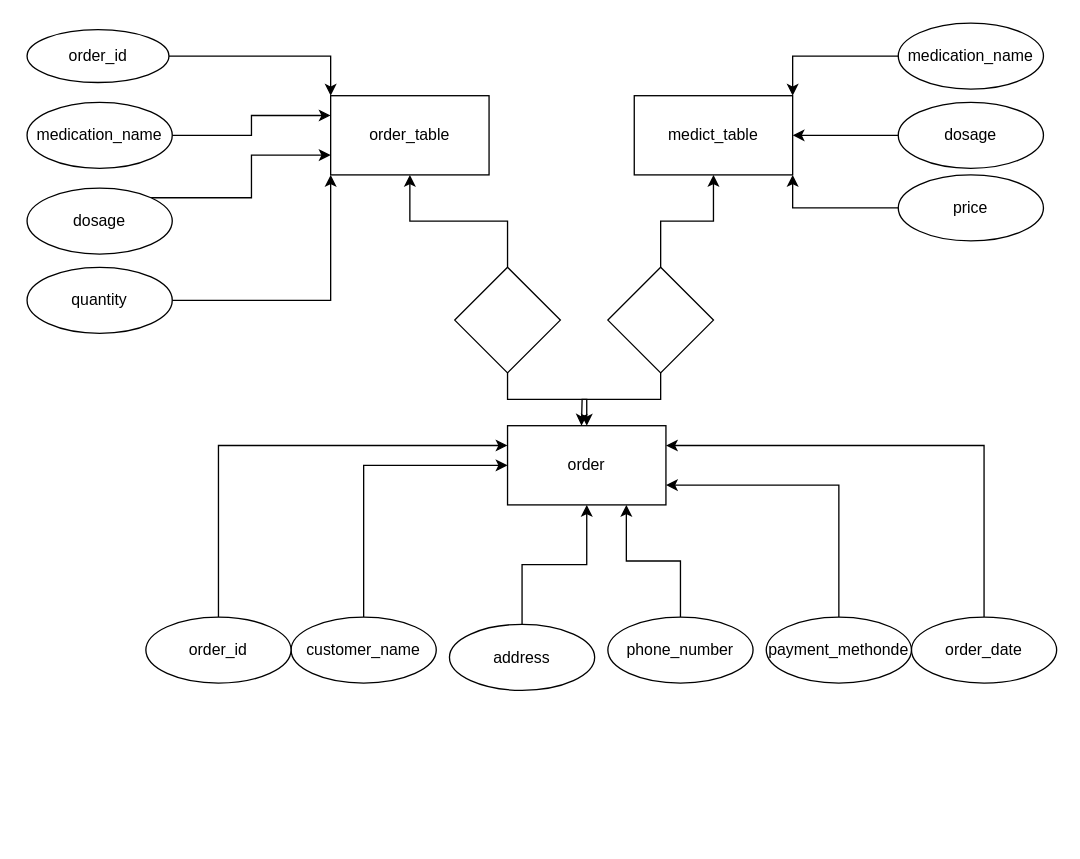
The draw.io diagram Untitled Diagram.drawio in Bangkithari18/approval, before the edit. Source tidied: cells renumbered, new cells numbered last; positions are measured from the earlier drawing's top-left corner, leaving out a move shared by most shapes. Both pictures are drawn from the tidied source at 132%, with x=0, y=0 at pixel (26, 22).
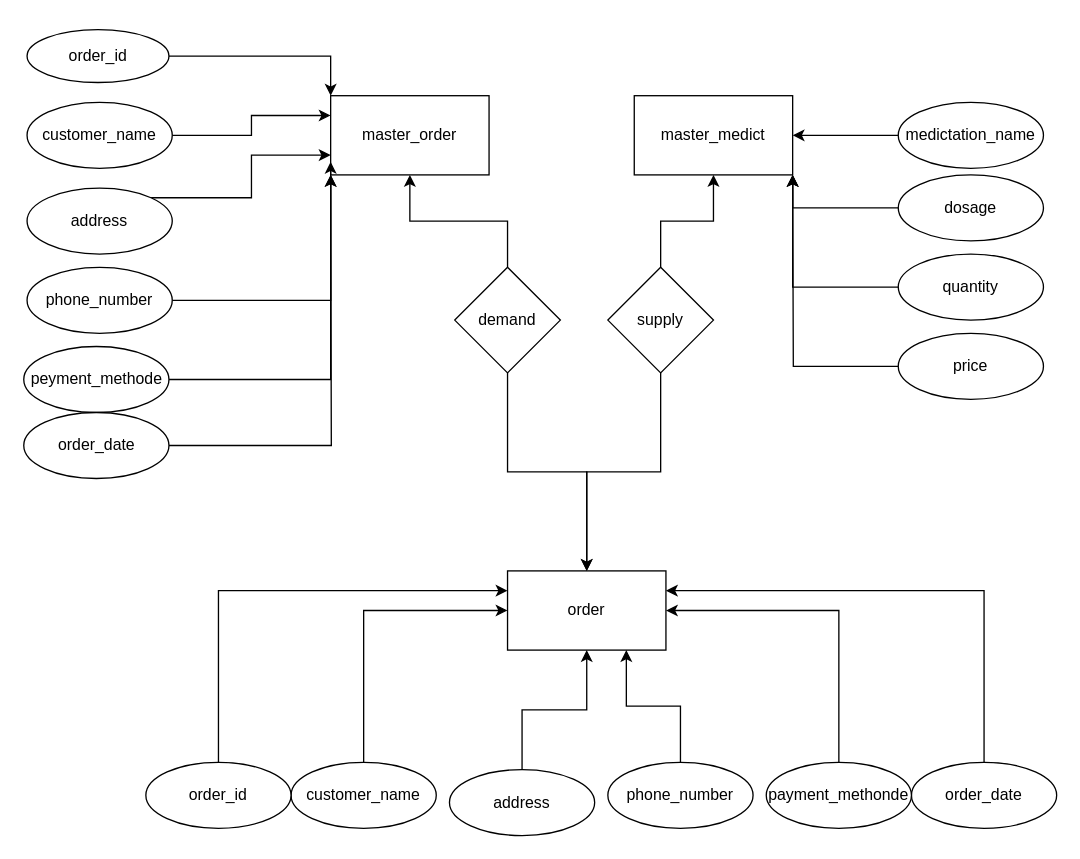
After the change.

What changed in the source:
```diff
@@
-    <mxCell id="2" value="order_table" style="rounded=0;whiteSpace=wrap;html=1;" parent="1" vertex="1">
+    <mxCell id="2" value="master_order" style="rounded=0;whiteSpace=wrap;html=1;" parent="1" vertex="1">
       <mxGeometry x="230" y="55" width="120" height="60" as="geometry" />
     </mxCell>
@@
-    <mxCell id="6" value="dosage" style="ellipse;whiteSpace=wrap;html=1;" parent="1" vertex="1">
+    <mxCell id="6" value="address" style="ellipse;whiteSpace=wrap;html=1;" parent="1" vertex="1">
       <mxGeometry y="125" width="110" height="50" as="geometry" />
     </mxCell>
@@
-    <mxCell id="8" value="medication_name" style="ellipse;whiteSpace=wrap;html=1;" parent="1" vertex="1">
+    <mxCell id="8" value="customer_name" style="ellipse;whiteSpace=wrap;html=1;" parent="1" vertex="1">
       <mxGeometry y="60" width="110" height="50" as="geometry" />
     </mxCell>
@@
-    <mxCell id="10" value="quantity" style="ellipse;whiteSpace=wrap;html=1;" parent="1" vertex="1">
+    <mxCell id="10" value="phone_number" style="ellipse;whiteSpace=wrap;html=1;" parent="1" vertex="1">
       <mxGeometry y="185" width="110" height="50" as="geometry" />
     </mxCell>
-    <mxCell id="11" value="medict_table" style="rounded=0;whiteSpace=wrap;html=1;" parent="1" vertex="1">
+    <mxCell id="11" value="master_medict" style="rounded=0;whiteSpace=wrap;html=1;" parent="1" vertex="1">
       <mxGeometry x="460" y="55" width="120" height="60" as="geometry" />
     </mxCell>
-    <mxCell id="12" style="edgeStyle=orthogonalEdgeStyle;rounded=0;jettySize=auto;html=1;exitX=0;exitY=0.5;exitDx=0;exitDy=0;entryX=1;entryY=0;entryDx=0;entryDy=0;" parent="1" edge="1" source="13" target="11">
-      <mxGeometry relative="1" as="geometry" />
-    </mxCell>
-    <mxCell id="13" value="medication_name" style="ellipse;whiteSpace=wrap;html=1;" parent="1" vertex="1">
-      <mxGeometry x="660" width="110" height="50" as="geometry" />
-    </mxCell>
@@
-    <mxCell id="15" value="dosage" style="ellipse;whiteSpace=wrap;html=1;" parent="1" vertex="1">
+    <mxCell id="15" value="medictation_name" style="ellipse;whiteSpace=wrap;html=1;" parent="1" vertex="1">
       <mxGeometry x="660" y="60" width="110" height="50" as="geometry" />
     </mxCell>
@@
-    <mxCell id="17" value="price" style="ellipse;whiteSpace=wrap;html=1;" parent="1" vertex="1">
+    <mxCell id="17" value="dosage" style="ellipse;whiteSpace=wrap;html=1;" parent="1" vertex="1">
       <mxGeometry x="660" y="115" width="110" height="50" as="geometry" />
     </mxCell>
     <mxCell id="18" value="order" style="rounded=0;whiteSpace=wrap;html=1;" parent="1" vertex="1">
-      <mxGeometry x="364" y="305" width="120" height="60" as="geometry" />
+      <mxGeometry x="364" y="415" width="120" height="60" as="geometry" />
     </mxCell>
@@
     <mxCell id="20" value="customer_name" style="ellipse;whiteSpace=wrap;html=1;" parent="1" vertex="1">
-      <mxGeometry x="200" y="450" width="110" height="50" as="geometry" />
+      <mxGeometry x="200" y="560" width="110" height="50" as="geometry" />
     </mxCell>
@@
     <mxCell id="22" value="order_id" style="ellipse;whiteSpace=wrap;html=1;" parent="1" vertex="1">
-      <mxGeometry x="90" y="450" width="110" height="50" as="geometry" />
+      <mxGeometry x="90" y="560" width="110" height="50" as="geometry" />
     </mxCell>
@@
     <mxCell id="24" value="order_date" style="ellipse;whiteSpace=wrap;html=1;" parent="1" vertex="1">
-      <mxGeometry x="670" y="450" width="110" height="50" as="geometry" />
+      <mxGeometry x="670" y="560" width="110" height="50" as="geometry" />
     </mxCell>
     <mxCell id="25" value="address" style="ellipse;whiteSpace=wrap;html=1;" parent="1" vertex="1">
-      <mxGeometry x="320" y="455.5" width="110" height="50" as="geometry" />
+      <mxGeometry x="320" y="565.5" width="110" height="50" as="geometry" />
     </mxCell>
@@
     <mxCell id="27" value="phone_number" style="ellipse;whiteSpace=wrap;html=1;" parent="1" vertex="1">
-      <mxGeometry x="440" y="450" width="110" height="50" as="geometry" />
+      <mxGeometry x="440" y="560" width="110" height="50" as="geometry" />
     </mxCell>
-    <mxCell id="28" style="edgeStyle=orthogonalEdgeStyle;rounded=0;jettySize=auto;html=1;exitX=0.5;exitY=0;exitDx=0;exitDy=0;entryX=1;entryY=0.75;entryDx=0;entryDy=0;" parent="1" edge="1" source="29" target="18">
+    <mxCell id="28" style="edgeStyle=orthogonalEdgeStyle;rounded=0;jettySize=auto;html=1;exitX=0.5;exitY=0;exitDx=0;exitDy=0;entryX=1;entryY=0.5;entryDx=0;entryDy=0;" parent="1" edge="1" source="29" target="18">
       <mxGeometry relative="1" as="geometry" />
     </mxCell>
     <mxCell id="29" value="payment_methonde" style="ellipse;whiteSpace=wrap;html=1;" parent="1" vertex="1">
-      <mxGeometry x="560" y="450" width="110" height="50" as="geometry" />
+      <mxGeometry x="560" y="560" width="110" height="50" as="geometry" />
     </mxCell>
@@
-    <mxCell id="33" style="rhombus;whiteSpace=wrap;html=1;" parent="1" vertex="1">
+    <mxCell id="33" value="demand" style="rhombus;whiteSpace=wrap;html=1;" parent="1" vertex="1">
       <mxGeometry x="324" y="185" width="80" height="80" as="geometry" />
     </mxCell>
@@
-    <mxCell id="35" style="edgeStyle=orthogonalEdgeStyle;rounded=0;jettySize=auto;html=1;exitX=0.5;exitY=1;exitDx=0;exitDy=0;" parent="1" edge="1" source="36">
-      <mxGeometry relative="1" as="geometry">
-        <mxPoint x="420" y="305" as="targetPoint" />
-      </mxGeometry>
+    <mxCell id="35" style="edgeStyle=orthogonalEdgeStyle;rounded=0;jettySize=auto;html=1;exitX=0.5;exitY=1;exitDx=0;exitDy=0;entryX=0.5;entryY=0;entryDx=0;entryDy=0;" parent="1" edge="1" source="36" target="18">
+      <mxGeometry relative="1" as="geometry" />
     </mxCell>
-    <mxCell id="36" style="rhombus;whiteSpace=wrap;html=1;" parent="1" vertex="1">
+    <mxCell id="36" value="supply" style="rhombus;whiteSpace=wrap;html=1;" parent="1" vertex="1">
       <mxGeometry x="440" y="185" width="80" height="80" as="geometry" />
     </mxCell>
+    <mxCell id="37" style="edgeStyle=orthogonalEdgeStyle;rounded=0;jettySize=auto;html=1;exitX=1;exitY=0.5;exitDx=0;exitDy=0;entryX=0;entryY=1;entryDx=0;entryDy=0;" parent="1" edge="1" source="38" target="2">
+      <mxGeometry relative="1" as="geometry" />
+    </mxCell>
+    <mxCell id="38" value="peyment_methode" style="ellipse;whiteSpace=wrap;html=1;" parent="1" vertex="1">
+      <mxGeometry x="-2.5" y="245" width="110" height="50" as="geometry" />
+    </mxCell>
+    <mxCell id="39" style="edgeStyle=orthogonalEdgeStyle;rounded=0;jettySize=auto;html=1;exitX=1;exitY=0.5;exitDx=0;exitDy=0;" parent="1" edge="1" source="40">
+      <mxGeometry relative="1" as="geometry">
+        <mxPoint x="230" y="105" as="targetPoint" />
+      </mxGeometry>
+    </mxCell>
+    <mxCell id="40" value="order_date" style="ellipse;whiteSpace=wrap;html=1;" parent="1" vertex="1">
+      <mxGeometry x="-2.5" y="295" width="110" height="50" as="geometry" />
+    </mxCell>
+    <mxCell id="41" style="edgeStyle=orthogonalEdgeStyle;rounded=0;jettySize=auto;html=1;exitX=0;exitY=0.5;exitDx=0;exitDy=0;entryX=1;entryY=1;entryDx=0;entryDy=0;" parent="1" edge="1" source="42" target="11">
+      <mxGeometry relative="1" as="geometry" />
+    </mxCell>
+    <mxCell id="42" value="quantity" style="ellipse;whiteSpace=wrap;html=1;" parent="1" vertex="1">
+      <mxGeometry x="660" y="175" width="110" height="50" as="geometry" />
+    </mxCell>
+    <mxCell id="43" style="edgeStyle=orthogonalEdgeStyle;rounded=0;jettySize=auto;html=1;exitX=0;exitY=0.5;exitDx=0;exitDy=0;" parent="1" edge="1" source="44">
+      <mxGeometry relative="1" as="geometry">
+        <mxPoint x="580" y="115" as="targetPoint" />
+      </mxGeometry>
+    </mxCell>
+    <mxCell id="44" value="price" style="ellipse;whiteSpace=wrap;html=1;" parent="1" vertex="1">
+      <mxGeometry x="660" y="235" width="110" height="50" as="geometry" />
+    </mxCell>
```
